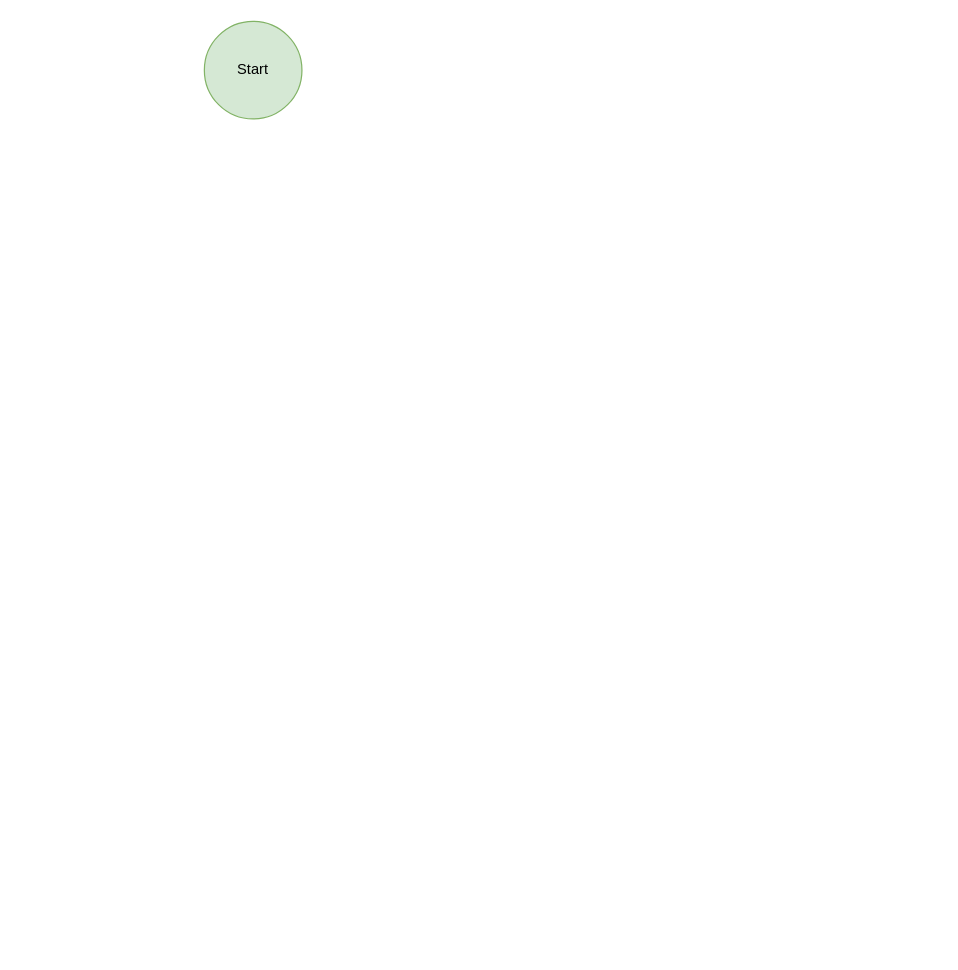
Earlier version of the draw.io diagram design/ux-flow/UX-flow.drawio (Rockedoro/rockedoro-app). Source tidied: cells renumbered, new cells numbered last; positions are measured from the earlier drawing's top-left corner, leaving out a move shared by most shapes. Both pictures are drawn from the tidied source at 122%, with x=0, y=0 at pixel (204, 21).
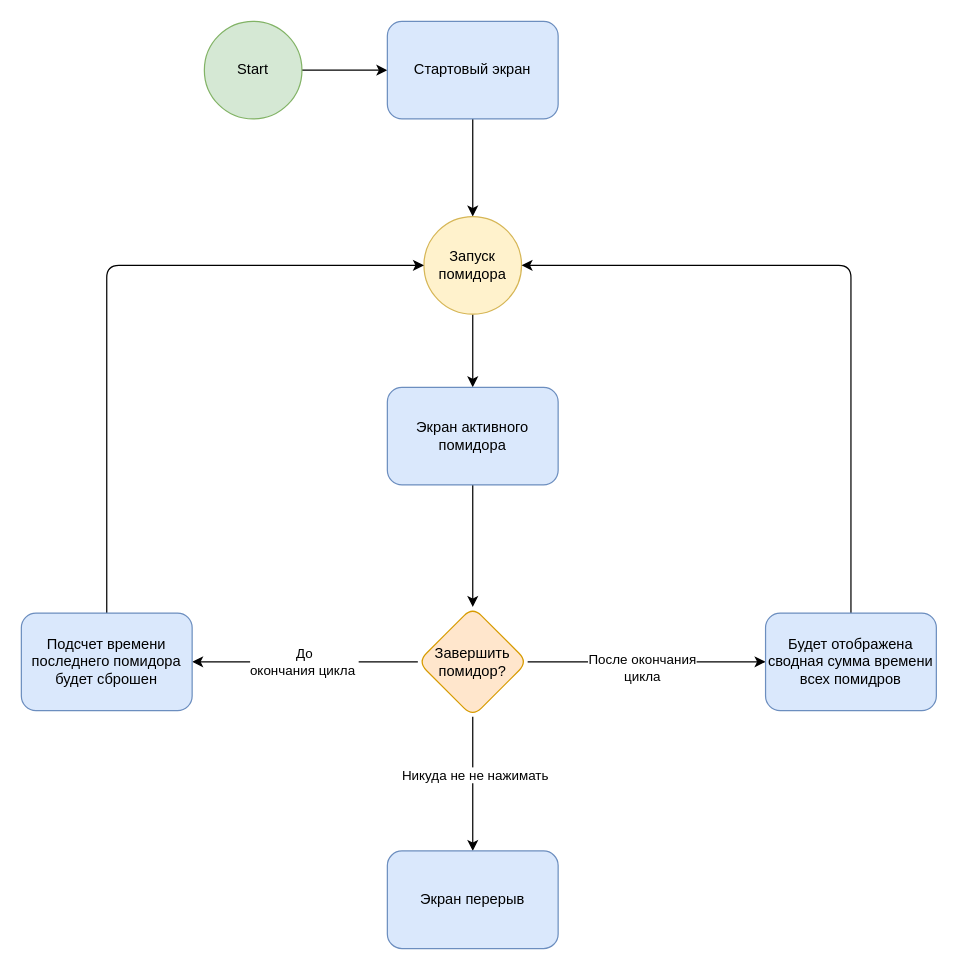
The same diagram, later.

Commit message:
Start pomodoro

The change refers to these unchanged cells:
```xml
<mxCell id="2" value="Start" style="ellipse;whiteSpace=wrap;html=1;rounded=1;fillColor=#d5e8d4;strokeColor=#82b366;" parent="1" vertex="1">
  <mxGeometry width="80" height="80" as="geometry" />
</mxCell>
```

Diff of the diagram source:
```diff
@@
+    <mxCell id="3" style="edgeStyle=orthogonalEdgeStyle;rounded=1;jettySize=auto;html=1;" parent="1" edge="1" source="2" target="5">
+      <mxGeometry relative="1" as="geometry" />
+    </mxCell>
@@
+    <mxCell id="4" style="edgeStyle=orthogonalEdgeStyle;rounded=1;jettySize=auto;html=1;" parent="1" edge="1" source="5" target="7">
+      <mxGeometry relative="1" as="geometry" />
+    </mxCell>
+    <mxCell id="5" value="Стартовый экран" style="whiteSpace=wrap;html=1;fillColor=#dae8fc;strokeColor=#6c8ebf;rounded=1;" parent="1" vertex="1">
+      <mxGeometry x="150" width="140" height="80" as="geometry" />
+    </mxCell>
+    <mxCell id="6" style="edgeStyle=orthogonalEdgeStyle;rounded=1;jettySize=auto;html=1;" parent="1" edge="1" source="7" target="9">
+      <mxGeometry relative="1" as="geometry" />
+    </mxCell>
+    <mxCell id="7" value="Запуск помидора" style="ellipse;whiteSpace=wrap;html=1;fillColor=#fff2cc;strokeColor=#d6b656;rounded=1;" parent="1" vertex="1">
+      <mxGeometry x="180" y="160" width="80" height="80" as="geometry" />
+    </mxCell>
+    <mxCell id="8" style="edgeStyle=orthogonalEdgeStyle;rounded=1;jettySize=auto;html=1;" parent="1" edge="1" source="9" target="15">
+      <mxGeometry relative="1" as="geometry" />
+    </mxCell>
+    <mxCell id="9" value="Экран активного помидора" style="whiteSpace=wrap;html=1;fillColor=#dae8fc;strokeColor=#6c8ebf;rounded=1;" parent="1" vertex="1">
+      <mxGeometry x="150" y="300" width="140" height="80" as="geometry" />
+    </mxCell>
+    <mxCell id="10" value="До &lt;br&gt;окончания цикла&amp;nbsp;" style="edgeStyle=orthogonalEdgeStyle;rounded=1;jettySize=auto;html=1;" parent="1" edge="1" source="15" target="17">
+      <mxGeometry relative="1" as="geometry" />
+    </mxCell>
+    <mxCell id="11" style="edgeStyle=orthogonalEdgeStyle;rounded=1;jettySize=auto;html=1;" parent="1" edge="1" source="15" target="19">
+      <mxGeometry relative="1" as="geometry" />
+    </mxCell>
+    <mxCell id="12" value="После окончания &lt;br&gt;цикла" style="edgeLabel;html=1;align=center;verticalAlign=middle;" parent="11" vertex="1">
+      <mxGeometry x="-0.05" y="-4" relative="1" as="geometry" />
+    </mxCell>
+    <mxCell id="13" style="edgeStyle=orthogonalEdgeStyle;rounded=1;jettySize=auto;html=1;" parent="1" edge="1" source="15" target="20">
+      <mxGeometry relative="1" as="geometry" />
+    </mxCell>
+    <mxCell id="14" value="Никуда не не нажимать" style="edgeLabel;html=1;align=center;verticalAlign=middle;" parent="13" vertex="1">
+      <mxGeometry x="-0.15" y="1" relative="1" as="geometry" />
+    </mxCell>
+    <mxCell id="15" value="Завершить помидор?" style="rhombus;whiteSpace=wrap;html=1;rounded=1;fillColor=#ffe6cc;strokeColor=#d79b00;" parent="1" vertex="1">
+      <mxGeometry x="175" y="480" width="90" height="90" as="geometry" />
+    </mxCell>
+    <mxCell id="16" style="edgeStyle=orthogonalEdgeStyle;rounded=1;jettySize=auto;html=1;entryX=0;entryY=0.5;entryDx=0;entryDy=0;" parent="1" edge="1" source="17" target="7">
+      <mxGeometry relative="1" as="geometry">
+        <Array as="points">
+          <mxPoint x="-80" y="200" />
+        </Array>
+      </mxGeometry>
+    </mxCell>
+    <mxCell id="17" value="Подсчет времени последнего помидора будет сброшен" style="whiteSpace=wrap;html=1;fillColor=#dae8fc;strokeColor=#6c8ebf;rounded=1;" parent="1" vertex="1">
+      <mxGeometry x="-150" y="485" width="140" height="80" as="geometry" />
+    </mxCell>
+    <mxCell id="18" style="edgeStyle=orthogonalEdgeStyle;rounded=1;jettySize=auto;html=1;entryX=1;entryY=0.5;entryDx=0;entryDy=0;" parent="1" edge="1" source="19" target="7">
+      <mxGeometry relative="1" as="geometry">
+        <Array as="points">
+          <mxPoint x="530" y="200" />
+        </Array>
+      </mxGeometry>
+    </mxCell>
+    <mxCell id="19" value="Будет отображена сводная сумма времени всех помидров" style="whiteSpace=wrap;html=1;fillColor=#dae8fc;strokeColor=#6c8ebf;rounded=1;" parent="1" vertex="1">
+      <mxGeometry x="460" y="485" width="140" height="80" as="geometry" />
+    </mxCell>
+    <mxCell id="20" value="Экран перерыв" style="whiteSpace=wrap;html=1;fillColor=#dae8fc;strokeColor=#6c8ebf;rounded=1;" parent="1" vertex="1">
+      <mxGeometry x="150" y="680" width="140" height="80" as="geometry" />
+    </mxCell>
```
